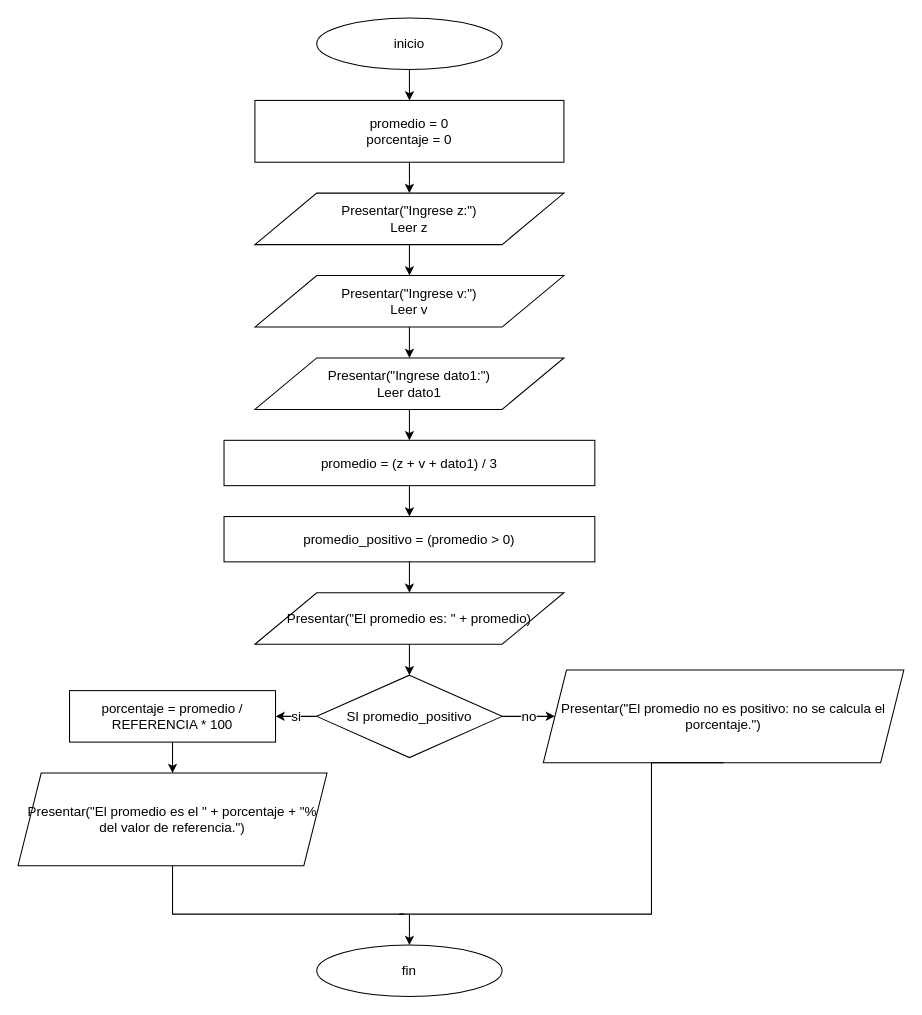
This is draw.io/502.drawio from Damian-leon/primero2026-2027, a draw.io file, before an edit. Source tidied: cells renumbered, new cells numbered last; positions are measured from the earlier drawing's top-left corner, leaving out a move shared by most shapes. Both pictures are drawn from the tidied source at 103%, with x=0, y=0 at pixel (18, 18).
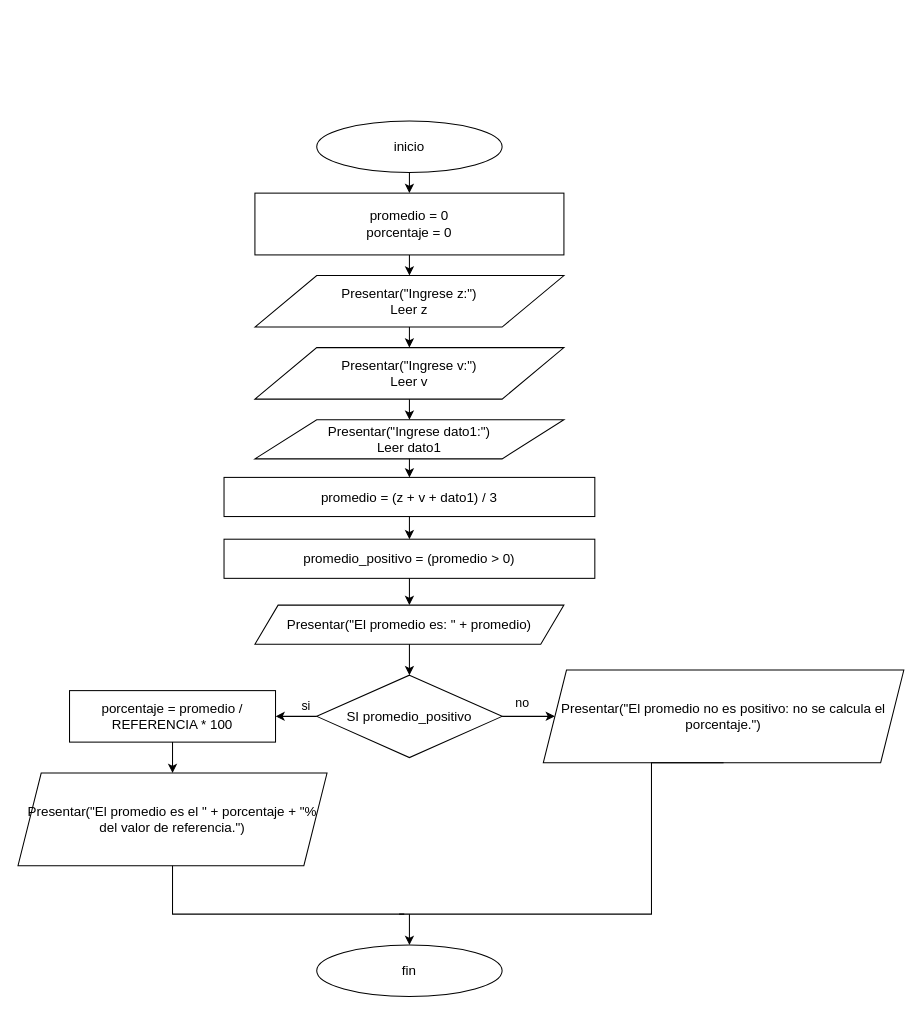
After the change.

The change refers to these unchanged cells:
```xml
<mxCell id="10" value="SI promedio_positivo" style="rhombus;fillColor=none;html=1;whiteSpace=wrap;fontSize=13;" parent="1" vertex="1">
  <mxGeometry x="290" y="638" width="180" height="80" as="geometry" />
</mxCell>
<mxCell id="11" value="porcentaje = promedio / REFERENCIA * 100" style="rounded=0;fillColor=none;html=1;whiteSpace=wrap;fontSize=13;" parent="1" vertex="1">
  <mxGeometry x="50" y="653" width="200" height="50" as="geometry" />
</mxCell>
<mxCell id="13" value="Presentar(&quot;El promedio no es positivo: no se calcula el porcentaje.&quot;)" style="shape=parallelogram;perimeter=parallelogramPerimeter;fillColor=none;html=1;whiteSpace=wrap;fontSize=13;size=0.06428571428571428;" parent="1" vertex="1">
  <mxGeometry x="510" y="633" width="350" height="90" as="geometry" />
</mxCell>
```

Diff of the diagram source:
```diff
@@
     <mxCell id="2" value="inicio" style="ellipse;fillColor=none;html=1;whiteSpace=wrap;fontSize=13;" parent="1" vertex="1">
-      <mxGeometry x="290" width="180" height="50" as="geometry" />
+      <mxGeometry x="290" y="100" width="180" height="50" as="geometry" />
     </mxCell>
     <mxCell id="3" value="promedio = 0&lt;br&gt;porcentaje = 0" style="rounded=0;fillColor=none;html=1;whiteSpace=wrap;fontSize=13;" parent="1" vertex="1">
-      <mxGeometry x="230" y="80" width="300" height="60" as="geometry" />
+      <mxGeometry x="230" y="170" width="300" height="60" as="geometry" />
     </mxCell>
     <mxCell id="4" value="Presentar(&quot;Ingrese z:&quot;)&lt;br&gt;Leer z" style="shape=parallelogram;perimeter=parallelogramPerimeter;fillColor=none;html=1;whiteSpace=wrap;fontSize=13;" parent="1" vertex="1">
-      <mxGeometry x="230" y="170" width="300" height="50" as="geometry" />
+      <mxGeometry x="230" y="250" width="300" height="50" as="geometry" />
     </mxCell>
     <mxCell id="5" value="Presentar(&quot;Ingrese v:&quot;)&lt;br&gt;Leer v" style="shape=parallelogram;perimeter=parallelogramPerimeter;fillColor=none;html=1;whiteSpace=wrap;fontSize=13;" parent="1" vertex="1">
-      <mxGeometry x="230" y="250" width="300" height="50" as="geometry" />
+      <mxGeometry x="230" y="320" width="300" height="50" as="geometry" />
     </mxCell>
     <mxCell id="6" value="Presentar(&quot;Ingrese dato1:&quot;)&lt;br&gt;Leer dato1" style="shape=parallelogram;perimeter=parallelogramPerimeter;fillColor=none;html=1;whiteSpace=wrap;fontSize=13;" parent="1" vertex="1">
-      <mxGeometry x="230" y="330" width="300" height="50" as="geometry" />
+      <mxGeometry x="230" y="390" width="300" height="38" as="geometry" />
     </mxCell>
     <mxCell id="7" value="promedio = (z + v + dato1) / 3" style="rounded=0;fillColor=none;html=1;whiteSpace=wrap;fontSize=13;" parent="1" vertex="1">
-      <mxGeometry x="200" y="410" width="360" height="44" as="geometry" />
+      <mxGeometry x="200" y="446" width="360" height="38" as="geometry" />
     </mxCell>
     <mxCell id="8" value="promedio_positivo = (promedio &gt; 0)" style="rounded=0;fillColor=none;html=1;whiteSpace=wrap;fontSize=13;" parent="1" vertex="1">
-      <mxGeometry x="200" y="484" width="360" height="44" as="geometry" />
+      <mxGeometry x="200" y="506" width="360" height="38" as="geometry" />
     </mxCell>
-    <mxCell id="9" value="Presentar(&quot;El promedio es: &quot; + promedio)" style="shape=parallelogram;perimeter=parallelogramPerimeter;fillColor=none;html=1;whiteSpace=wrap;fontSize=13;" parent="1" vertex="1">
-      <mxGeometry x="230" y="558" width="300" height="50" as="geometry" />
+    <mxCell id="9" value="Presentar(&quot;El promedio es: &quot; + promedio)" style="shape=parallelogram;perimeter=parallelogramPerimeter;fillColor=none;html=1;whiteSpace=wrap;fontSize=13;size=0.07500000000000001;" parent="1" vertex="1">
+      <mxGeometry x="230" y="570" width="300" height="38" as="geometry" />
     </mxCell>
@@
-    <mxCell id="25" value="si" style="edgeStyle=orthogonalEdgeStyle;rounded=0;html=1;exitX=0;exitY=0.5;entryX=1;entryY=0.5;fontSize=13;labelBackgroundColor=default;" parent="1" edge="1" source="10" target="11">
-      <mxGeometry relative="1" as="geometry" />
+    <mxCell id="25" style="edgeStyle=orthogonalEdgeStyle;rounded=0;html=1;exitX=0;exitY=0.5;entryX=1;entryY=0.5;fontSize=13;labelBackgroundColor=default;" parent="1" edge="1" source="10" target="11">
+      <mxGeometry y="-18" relative="1" as="geometry" />
     </mxCell>
-    <mxCell id="26" value="no" style="edgeStyle=orthogonalEdgeStyle;rounded=0;html=1;exitX=1;exitY=0.5;entryX=0;entryY=0.5;fontSize=13;labelBackgroundColor=default;" parent="1" edge="1" source="10" target="13">
-      <mxGeometry relative="1" as="geometry" />
+    <mxCell id="26" style="edgeStyle=orthogonalEdgeStyle;rounded=0;html=1;exitX=1;exitY=0.5;entryX=0;entryY=0.5;fontSize=13;labelBackgroundColor=default;" parent="1" edge="1" source="10" target="13">
+      <mxGeometry x="0.17" y="18" relative="1" as="geometry" />
     </mxCell>
@@
+    <mxCell id="29" value="si" style="text;html=1;whiteSpace=wrap;strokeColor=none;fillColor=none;align=center;verticalAlign=middle;rounded=0;" parent="1" vertex="1">
+      <mxGeometry x="250" y="653" width="60" height="30" as="geometry" />
+    </mxCell>
+    <mxCell id="30" value="no" style="text;html=1;whiteSpace=wrap;strokeColor=none;fillColor=none;align=center;verticalAlign=middle;rounded=0;" parent="1" vertex="1">
+      <mxGeometry x="460" y="650" width="60" height="30" as="geometry" />
+    </mxCell>
```
